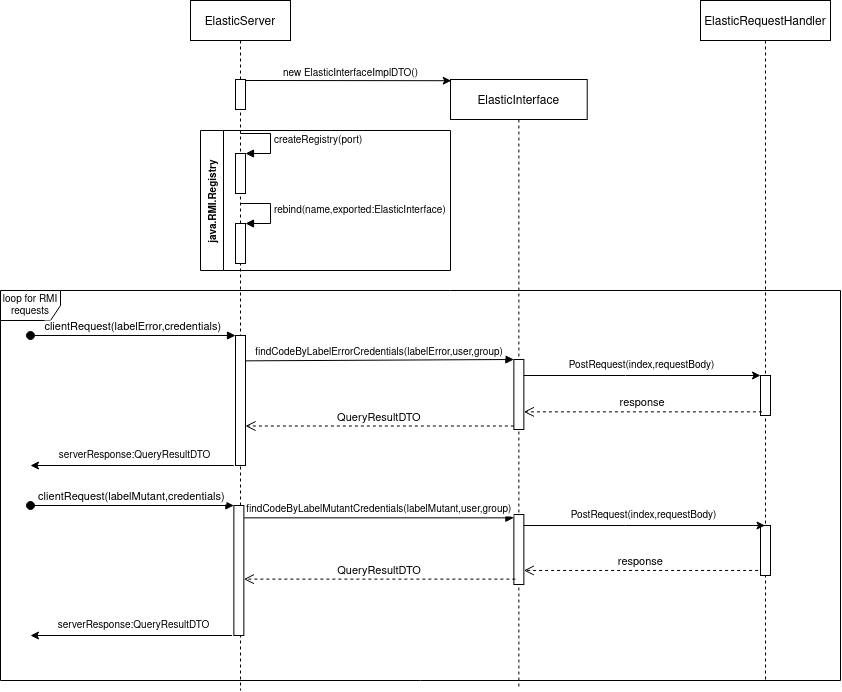
josura/Error-classification-ISD keeps this draw.io diagram as docs/sequenceElasticFacade.drawio.png. Above is the earlier version. Source tidied: cells renumbered, new cells last; positions are measured from the earlier drawing's top-left corner, leaving out a move shared by most shapes.
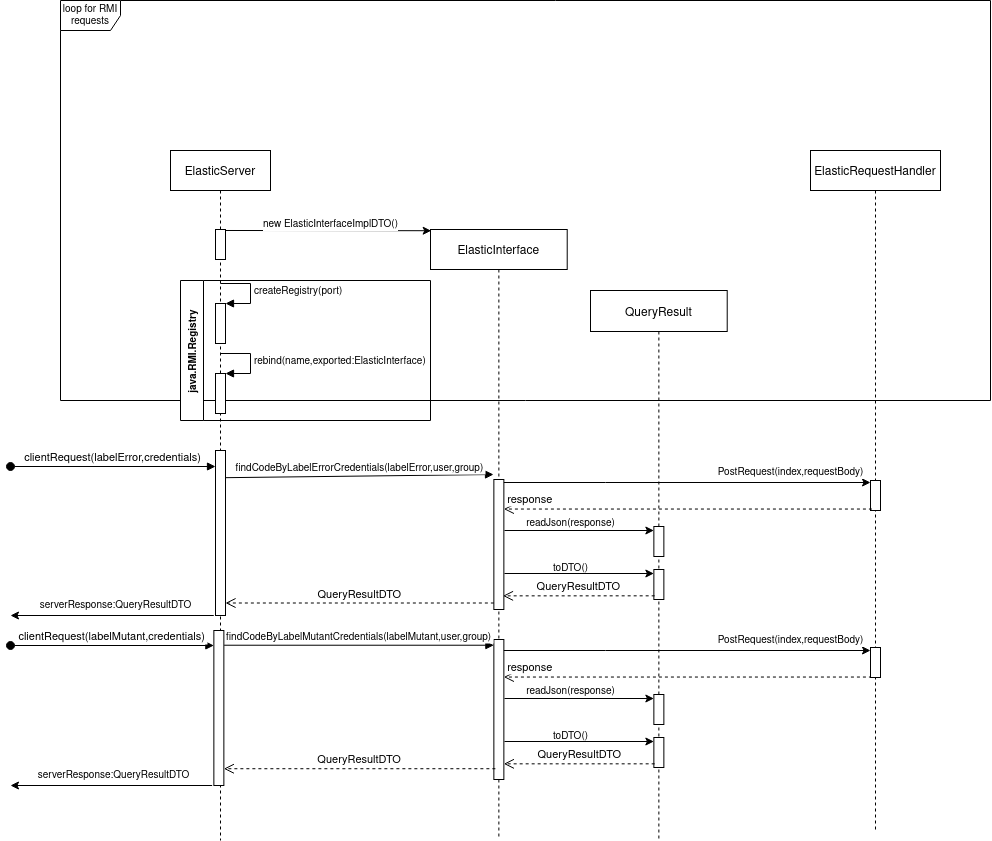
Later version of the same file.

The edit, as a diff of the source:
```diff
@@ -3,26 +3,27 @@
     <mxCell id="0" />
     <mxCell id="1" parent="0" />
     <mxCell id="2" value="loop for RMI requests" style="shape=umlFrame;whiteSpace=wrap;html=1;fontSize=10;" parent="1" vertex="1">
-      <mxGeometry y="290" width="840" height="390" as="geometry" />
+      <mxGeometry x="80" y="-150" width="930" height="400" as="geometry" />
     </mxCell>
     <mxCell id="3" value="ElasticServer" style="shape=umlLifeline;perimeter=lifelinePerimeter;rounded=0;shadow=0;strokeWidth=1;" parent="1" vertex="1">
       <mxGeometry x="190" width="100" height="690" as="geometry" />
     </mxCell>
     <mxCell id="4" style="points=[];perimeter=orthogonalPerimeter;rounded=0;shadow=0;strokeWidth=1;" parent="3" vertex="1">
-      <mxGeometry x="43.4" y="505" width="10" height="130" as="geometry" />
+      <mxGeometry x="43.4" y="480" width="10" height="155" as="geometry" />
     </mxCell>
     <mxCell id="5" value="clientRequest(labelMutant,credentials)" style="verticalAlign=bottom;startArrow=oval;endArrow=block;startSize=8;shadow=0;strokeWidth=1;" parent="3" edge="1">
       <mxGeometry relative="1" as="geometry">
-        <mxPoint x="-160" y="505" as="sourcePoint" />
-        <mxPoint x="43.4" y="505" as="targetPoint" />
+        <mxPoint x="-160" y="495" as="sourcePoint" />
+        <mxPoint x="43.4" y="495" as="targetPoint" />
       </mxGeometry>
     </mxCell>
     <mxCell id="6" style="points=[];perimeter=orthogonalPerimeter;rounded=0;shadow=0;strokeWidth=1;" parent="3" vertex="1">
-      <mxGeometry x="45" y="335" width="10" height="130" as="geometry" />
+      <mxGeometry x="45" y="300" width="10" height="165" as="geometry" />
     </mxCell>
-    <mxCell id="7" value="clientRequest(labelError,credentials)" style="verticalAlign=bottom;startArrow=oval;endArrow=block;startSize=8;shadow=0;strokeWidth=1;" parent="3" edge="1" target="6">
+    <mxCell id="7" value="clientRequest(labelError,credentials)" style="verticalAlign=bottom;startArrow=oval;endArrow=block;startSize=8;shadow=0;strokeWidth=1;" parent="3" edge="1">
       <mxGeometry relative="1" as="geometry">
-        <mxPoint x="-160" y="335" as="sourcePoint" />
+        <mxPoint x="-160" y="316" as="sourcePoint" />
+        <mxPoint x="45" y="316" as="targetPoint" />
       </mxGeometry>
     </mxCell>
     <mxCell id="8" style="endArrow=classic;html=1;rounded=0;fontSize=10;exitX=-0.171;exitY=1;exitDx=0;exitDy=0;exitPerimeter=0;" parent="3" edge="1" source="6">
@@ -64,36 +65,38 @@
       <mxGeometry x="450" y="79" width="136.7" height="610" as="geometry" />
     </mxCell>
     <mxCell id="16" style="points=[];perimeter=orthogonalPerimeter;rounded=0;shadow=0;strokeWidth=1;" parent="15" vertex="1">
-      <mxGeometry x="63.4" y="435" width="10" height="70" as="geometry" />
+      <mxGeometry x="63.4" y="410" width="10" height="140" as="geometry" />
     </mxCell>
     <mxCell id="17" style="points=[];perimeter=orthogonalPerimeter;rounded=0;shadow=0;strokeWidth=1;" parent="15" vertex="1">
-      <mxGeometry x="63.4" y="280" width="10" height="70" as="geometry" />
+      <mxGeometry x="63.4" y="250" width="10" height="130" as="geometry" />
     </mxCell>
     <mxCell id="18" value="QueryResultDTO" style="verticalAlign=bottom;endArrow=open;dashed=1;endSize=8;exitX=0;exitY=0.95;shadow=0;strokeWidth=1;" parent="1" edge="1" source="17" target="6">
       <mxGeometry relative="1" as="geometry" />
     </mxCell>
-    <mxCell id="19" value="findCodeByLabelErrorCredentials(labelError,user,group)" style="verticalAlign=bottom;endArrow=block;entryX=0;entryY=0;shadow=0;strokeWidth=1;fontSize=10;exitX=1.021;exitY=0.195;exitDx=0;exitDy=0;exitPerimeter=0;" parent="1" edge="1" source="6" target="17">
-      <mxGeometry relative="1" as="geometry" />
+    <mxCell id="19" value="findCodeByLabelErrorCredentials(labelError,user,group)" style="verticalAlign=bottom;endArrow=block;shadow=0;strokeWidth=1;fontSize=10;exitX=1.021;exitY=0.195;exitDx=0;exitDy=0;exitPerimeter=0;" parent="1" edge="1">
+      <mxGeometry relative="1" as="geometry">
+        <mxPoint x="245.2" y="327.2" as="sourcePoint" />
+        <mxPoint x="513" y="324" as="targetPoint" />
+      </mxGeometry>
     </mxCell>
     <mxCell id="20" value="ElasticRequestHandler" style="shape=umlLifeline;perimeter=lifelinePerimeter;rounded=0;shadow=0;strokeWidth=1;" parent="1" vertex="1">
-      <mxGeometry x="700" width="130" height="680" as="geometry" />
+      <mxGeometry x="830" width="130" height="680" as="geometry" />
     </mxCell>
-    <mxCell id="21" style="points=[];perimeter=orthogonalPerimeter;rounded=0;shadow=0;strokeWidth=1;" parent="20" vertex="1">
-      <mxGeometry x="60" y="525" width="10" height="50" as="geometry" />
-    </mxCell>
     <mxCell id="22" style="points=[];perimeter=orthogonalPerimeter;rounded=0;shadow=0;strokeWidth=1;" parent="20" vertex="1">
-      <mxGeometry x="60" y="375" width="10" height="40" as="geometry" />
+      <mxGeometry x="60" y="330" width="10" height="30" as="geometry" />
     </mxCell>
-    <mxCell id="23" style="endArrow=classic;html=1;rounded=0;" parent="1" edge="1" source="17" target="22">
+    <mxCell id="23" style="endArrow=classic;html=1;rounded=0;" parent="1" edge="1">
       <mxGeometry relative="1" as="geometry">
+        <mxPoint x="523.4" y="332" as="sourcePoint" />
+        <mxPoint x="890" y="332" as="targetPoint" />
         <Array as="points">
-          <mxPoint x="625" y="375" />
+          <mxPoint x="625" y="332" />
         </Array>
       </mxGeometry>
     </mxCell>
     <mxCell id="24" value="PostRequest(index,requestBody)" style="edgeLabel;html=1;align=center;verticalAlign=middle;fontSize=10;" parent="23" vertex="1">
       <mxGeometry x="-0.01" y="1" relative="1" as="geometry">
-        <mxPoint y="-9" as="offset" />
+        <mxPoint x="105" y="-9" as="offset" />
       </mxGeometry>
     </mxCell>
     <mxCell id="25" value="QueryResultDTO" style="verticalAlign=bottom;endArrow=open;dashed=1;endSize=8;exitX=0.15;exitY=0.923;shadow=0;strokeWidth=1;exitDx=0;exitDy=0;exitPerimeter=0;" parent="1" edge="1" source="16" target="4">
@@ -102,24 +105,12 @@
     <mxCell id="26" value="findCodeByLabelMutantCredentials(labelMutant,user,group)" style="verticalAlign=bottom;endArrow=block;shadow=0;strokeWidth=1;fontSize=10;exitX=1.029;exitY=0.095;exitDx=0;exitDy=0;exitPerimeter=0;" parent="1" edge="1" source="4" target="16">
       <mxGeometry relative="1" as="geometry" />
     </mxCell>
-    <mxCell id="27" style="endArrow=classic;html=1;rounded=0;" parent="1" edge="1" source="16" target="20">
-      <mxGeometry relative="1" as="geometry">
-        <Array as="points">
-          <mxPoint x="625" y="525" />
-        </Array>
-      </mxGeometry>
-    </mxCell>
-    <mxCell id="28" value="PostRequest(index,requestBody)" style="edgeLabel;html=1;align=center;verticalAlign=middle;fontSize=10;" parent="27" vertex="1">
-      <mxGeometry x="-0.01" y="1" relative="1" as="geometry">
-        <mxPoint y="-9" as="offset" />
-      </mxGeometry>
-    </mxCell>
-    <mxCell id="29" value="response" style="verticalAlign=bottom;endArrow=open;dashed=1;endSize=8;exitX=0.143;exitY=0.909;shadow=0;strokeWidth=1;exitDx=0;exitDy=0;exitPerimeter=0;" parent="1" edge="1" source="22" target="17">
-      <mxGeometry relative="1" as="geometry" />
+    <mxCell id="29" value="response" style="verticalAlign=bottom;endArrow=open;dashed=1;endSize=8;exitX=0.143;exitY=0.909;shadow=0;strokeWidth=1;exitDx=0;exitDy=0;exitPerimeter=0;" parent="1" edge="1">
+      <mxGeometry x="0.86" y="-1" relative="1" as="geometry">
+        <mxPoint x="891.4" y="358.5" as="sourcePoint" />
+        <mxPoint x="523.4" y="358.5" as="targetPoint" />
+      </mxGeometry>
     </mxCell>
-    <mxCell id="30" value="response" style="verticalAlign=bottom;endArrow=open;dashed=1;endSize=8;shadow=0;strokeWidth=1;exitX=-0.238;exitY=0.899;exitDx=0;exitDy=0;exitPerimeter=0;" parent="1" edge="1" source="21" target="16">
-      <mxGeometry relative="1" as="geometry" />
-    </mxCell>
     <mxCell id="31" style="endArrow=classic;html=1;rounded=0;fontSize=10;exitX=-0.171;exitY=1;exitDx=0;exitDy=0;exitPerimeter=0;" parent="1" edge="1" source="4">
       <mxGeometry relative="1" as="geometry">
         <mxPoint x="30" y="635" as="targetPoint" />
@@ -141,5 +132,81 @@
     <mxCell id="35" value="java.RMI.Registry" style="swimlane;horizontal=0;fontSize=10;" parent="1" vertex="1">
       <mxGeometry x="200" y="130" width="250" height="140" as="geometry" />
     </mxCell>
+    <mxCell id="36" value="QueryResult" style="shape=umlLifeline;perimeter=lifelinePerimeter;rounded=0;shadow=0;strokeWidth=1;size=41;" parent="1" vertex="1">
+      <mxGeometry x="610" y="140" width="136.7" height="549" as="geometry" />
+    </mxCell>
+    <mxCell id="37" style="points=[];perimeter=orthogonalPerimeter;rounded=0;shadow=0;strokeWidth=1;" parent="36" vertex="1">
+      <mxGeometry x="63.4" y="279" width="10" height="30" as="geometry" />
+    </mxCell>
+    <mxCell id="38" style="endArrow=classic;html=1;rounded=0;exitX=1.064;exitY=0.5;exitDx=0;exitDy=0;exitPerimeter=0;" parent="1" edge="1" target="37">
+      <mxGeometry relative="1" as="geometry">
+        <mxPoint x="524" y="423" as="sourcePoint" />
+      </mxGeometry>
+    </mxCell>
+    <mxCell id="39" value="toDTO()" style="text;html=1;align=center;verticalAlign=middle;strokeColor=none;fillColor=none;fontSize=10;" parent="1" vertex="1">
+      <mxGeometry x="565" y="408" width="50" height="20" as="geometry" />
+    </mxCell>
+    <mxCell id="40" value="QueryResultDTO" style="verticalAlign=bottom;endArrow=open;dashed=1;endSize=8;exitX=0.081;exitY=0.878;shadow=0;strokeWidth=1;exitDx=0;exitDy=0;exitPerimeter=0;entryX=0.914;entryY=0.895;entryDx=0;entryDy=0;entryPerimeter=0;" parent="1" edge="1" source="37" target="17">
+      <mxGeometry relative="1" as="geometry" />
+    </mxCell>
+    <mxCell id="41" style="points=[];perimeter=orthogonalPerimeter;rounded=0;shadow=0;strokeWidth=1;" parent="1" vertex="1">
+      <mxGeometry x="673.4" y="376" width="10" height="30" as="geometry" />
+    </mxCell>
+    <mxCell id="42" style="endArrow=classic;html=1;rounded=0;exitX=1.064;exitY=0.5;exitDx=0;exitDy=0;exitPerimeter=0;" parent="1" edge="1" target="41">
+      <mxGeometry relative="1" as="geometry">
+        <mxPoint x="524" y="380" as="sourcePoint" />
+      </mxGeometry>
+    </mxCell>
+    <mxCell id="43" value="readJson(response)" style="text;html=1;align=center;verticalAlign=middle;strokeColor=none;fillColor=none;fontSize=10;" parent="1" vertex="1">
+      <mxGeometry x="540" y="363" width="100" height="20" as="geometry" />
+    </mxCell>
+    <mxCell id="44" style="endArrow=classic;html=1;rounded=0;" parent="1" edge="1">
+      <mxGeometry relative="1" as="geometry">
+        <mxPoint x="523.4" y="500" as="sourcePoint" />
+        <mxPoint x="890" y="500" as="targetPoint" />
+        <Array as="points">
+          <mxPoint x="625" y="500" />
+        </Array>
+      </mxGeometry>
+    </mxCell>
+    <mxCell id="28" value="PostRequest(index,requestBody)" style="edgeLabel;html=1;align=center;verticalAlign=middle;fontSize=10;" parent="44" vertex="1">
+      <mxGeometry x="-0.01" y="1" relative="1" as="geometry">
+        <mxPoint x="105" y="-9" as="offset" />
+      </mxGeometry>
+    </mxCell>
+    <mxCell id="30" value="response" style="verticalAlign=bottom;endArrow=open;dashed=1;endSize=8;exitX=0.143;exitY=0.909;shadow=0;strokeWidth=1;exitDx=0;exitDy=0;exitPerimeter=0;" parent="1" edge="1">
+      <mxGeometry x="0.86" y="-1" relative="1" as="geometry">
+        <mxPoint x="891.4" y="526.5" as="sourcePoint" />
+        <mxPoint x="523.4" y="526.5" as="targetPoint" />
+      </mxGeometry>
+    </mxCell>
+    <mxCell id="45" style="points=[];perimeter=orthogonalPerimeter;rounded=0;shadow=0;strokeWidth=1;" parent="1" vertex="1">
+      <mxGeometry x="673.4" y="587" width="10" height="30" as="geometry" />
+    </mxCell>
+    <mxCell id="46" style="endArrow=classic;html=1;rounded=0;exitX=1.064;exitY=0.5;exitDx=0;exitDy=0;exitPerimeter=0;" parent="1" edge="1" target="45">
+      <mxGeometry relative="1" as="geometry">
+        <mxPoint x="524" y="591" as="sourcePoint" />
+      </mxGeometry>
+    </mxCell>
+    <mxCell id="47" value="toDTO()" style="text;html=1;align=center;verticalAlign=middle;strokeColor=none;fillColor=none;fontSize=10;" parent="1" vertex="1">
+      <mxGeometry x="565" y="576" width="50" height="20" as="geometry" />
+    </mxCell>
+    <mxCell id="48" value="QueryResultDTO" style="verticalAlign=bottom;endArrow=open;dashed=1;endSize=8;exitX=0.081;exitY=0.878;shadow=0;strokeWidth=1;exitDx=0;exitDy=0;exitPerimeter=0;" parent="1" edge="1" source="45" target="16">
+      <mxGeometry relative="1" as="geometry" />
+    </mxCell>
+    <mxCell id="49" style="points=[];perimeter=orthogonalPerimeter;rounded=0;shadow=0;strokeWidth=1;" parent="1" vertex="1">
+      <mxGeometry x="673.4" y="544" width="10" height="30" as="geometry" />
+    </mxCell>
+    <mxCell id="50" style="endArrow=classic;html=1;rounded=0;exitX=1.064;exitY=0.5;exitDx=0;exitDy=0;exitPerimeter=0;" parent="1" edge="1" target="49">
+      <mxGeometry relative="1" as="geometry">
+        <mxPoint x="524" y="548" as="sourcePoint" />
+      </mxGeometry>
+    </mxCell>
+    <mxCell id="51" value="readJson(response)" style="text;html=1;align=center;verticalAlign=middle;strokeColor=none;fillColor=none;fontSize=10;" parent="1" vertex="1">
+      <mxGeometry x="540" y="531" width="100" height="20" as="geometry" />
+    </mxCell>
+    <mxCell id="52" style="perimeter=orthogonalPerimeter;rounded=0;shadow=0;strokeWidth=1;" parent="1" vertex="1">
+      <mxGeometry x="890" y="497" width="10" height="30" as="geometry" />
+    </mxCell>
   </root>
 </mxGraphModel>
```
